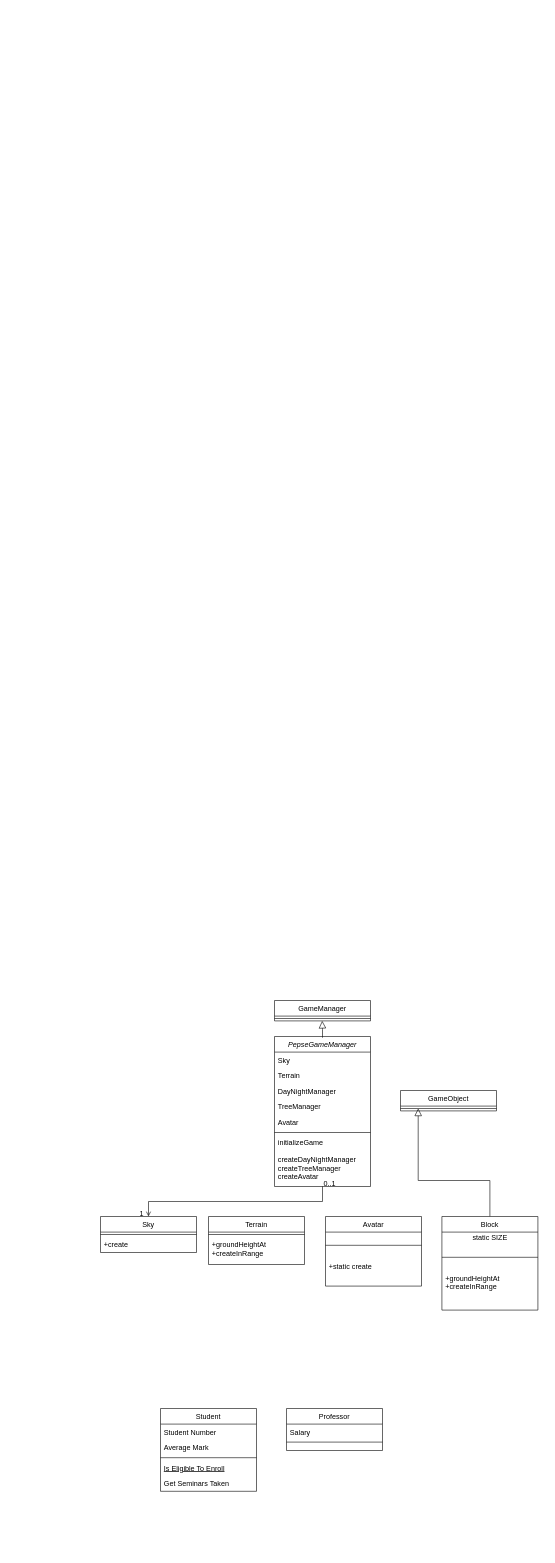
Earlier version of the draw.io diagram Untitled Diagram.drawio (omritamam/Pepse). Source tidied: cells renumbered, new cells numbered last; positions are measured from the earlier drawing's top-left corner, leaving out a move shared by most shapes. Both pictures are drawn from the tidied source at 60%, with x=0, y=0 at pixel (100, 1000).
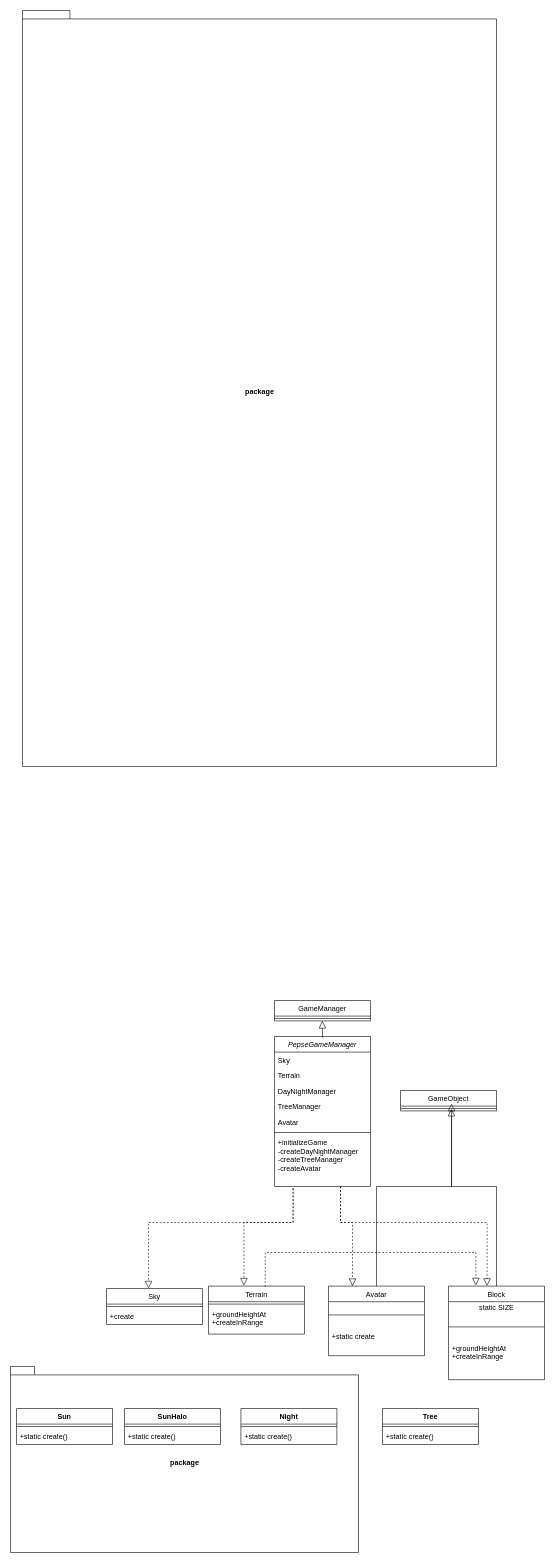
After the change.

Unchanged cells that the change refers to:
```xml
<mxCell id="2" value="PepseGameManager" style="swimlane;fontStyle=2;align=center;verticalAlign=top;horizontal=1;startSize=26;rounded=0;shadow=0;strokeWidth=1;" parent="1" vertex="1">
  <mxGeometry x="290" y="60" width="160" height="250" as="geometry" />
</mxCell>
<mxCell id="29" value="GameObject" style="swimlane;fontStyle=0;align=center;verticalAlign=top;horizontal=1;startSize=26;rounded=0;shadow=0;strokeWidth=1;" parent="1" vertex="1">
  <mxGeometry x="500" y="150" width="160" height="34" as="geometry" />
</mxCell>
<mxCell id="30" style="line;html=1;strokeWidth=1;align=left;verticalAlign=middle;spacingTop=-1;spacingLeft=3;spacingRight=3;labelPosition=right;points=[];portConstraint=eastwest;" parent="29" vertex="1">
  <mxGeometry y="26" width="160" height="8" as="geometry" />
</mxCell>
```

What changed in the source:
```diff
@@
-    <mxCell id="9" value="initializeGame&#10;&#10;createDayNightManager&#10;createTreeManager&#10;createAvatar" style="text;align=left;verticalAlign=top;spacingLeft=4;spacingRight=4;overflow=hidden;points=[[0,0.5],[1,0.5]];portConstraint=eastwest;" parent="2" vertex="1">
+    <mxCell id="9" value="+initializeGame&#10;-createDayNightManager&#10;-createTreeManager&#10;-createAvatar" style="text;align=left;verticalAlign=top;spacingLeft=4;spacingRight=4;overflow=hidden;points=[[0,0.5],[1,0.5]];portConstraint=eastwest;" parent="2" vertex="1">
       <mxGeometry y="164" width="160" height="86" as="geometry" />
     </mxCell>
-    <mxCell id="10" value="Student" style="swimlane;fontStyle=0;align=center;verticalAlign=top;horizontal=1;startSize=26;rounded=0;shadow=0;strokeWidth=1;" parent="1" vertex="1">
-      <mxGeometry x="100" y="680" width="160" height="138" as="geometry" />
-    </mxCell>
-    <mxCell id="11" value="Student Number" style="text;align=left;verticalAlign=top;spacingLeft=4;spacingRight=4;overflow=hidden;" parent="10" vertex="1">
-      <mxGeometry y="26" width="160" height="26" as="geometry" />
-    </mxCell>
-    <mxCell id="12" value="Average Mark" style="text;align=left;verticalAlign=top;spacingLeft=4;spacingRight=4;overflow=hidden;rounded=0;shadow=0;html=0;" parent="10" vertex="1">
-      <mxGeometry y="52" width="160" height="26" as="geometry" />
-    </mxCell>
-    <mxCell id="13" style="line;html=1;strokeWidth=1;align=left;verticalAlign=middle;spacingTop=-1;spacingLeft=3;spacingRight=3;labelPosition=right;" parent="10" vertex="1">
-      <mxGeometry y="78" width="160" height="8" as="geometry" />
-    </mxCell>
-    <mxCell id="14" value="Is Eligible To Enroll" style="text;align=left;verticalAlign=top;spacingLeft=4;spacingRight=4;overflow=hidden;fontStyle=4;" parent="10" vertex="1">
-      <mxGeometry y="86" width="160" height="26" as="geometry" />
-    </mxCell>
-    <mxCell id="15" value="Get Seminars Taken" style="text;align=left;verticalAlign=top;spacingLeft=4;spacingRight=4;overflow=hidden;" parent="10" vertex="1">
-      <mxGeometry y="112" width="160" height="26" as="geometry" />
-    </mxCell>
-    <mxCell id="16" value="Professor" style="swimlane;fontStyle=0;align=center;verticalAlign=top;horizontal=1;startSize=26;rounded=0;shadow=0;strokeWidth=1;" parent="1" vertex="1">
-      <mxGeometry x="310" y="680" width="160" height="70" as="geometry" />
-    </mxCell>
-    <mxCell id="17" value="Salary" style="text;align=left;verticalAlign=top;spacingLeft=4;spacingRight=4;overflow=hidden;" parent="16" vertex="1">
-      <mxGeometry y="26" width="160" height="26" as="geometry" />
-    </mxCell>
-    <mxCell id="18" style="line;html=1;strokeWidth=1;align=left;verticalAlign=middle;spacingTop=-1;spacingLeft=3;spacingRight=3;labelPosition=right;" parent="16" vertex="1">
-      <mxGeometry y="52" width="160" height="8" as="geometry" />
-    </mxCell>
     <mxCell id="19" value="Sky" style="swimlane;fontStyle=0;align=center;verticalAlign=top;horizontal=1;startSize=26;rounded=0;shadow=0;strokeWidth=1;" parent="1" vertex="1">
-      <mxGeometry y="360" width="160" height="60" as="geometry" />
+      <mxGeometry x="10" y="480" width="160" height="60" as="geometry" />
     </mxCell>
@@
-    <mxCell id="22" style="endArrow=open;shadow=0;strokeWidth=1;rounded=0;endFill=1;edgeStyle=elbowEdgeStyle;elbow=vertical;" parent="1" edge="1" source="2" target="19">
-      <mxGeometry x="0.5" y="41" relative="1" as="geometry">
-        <mxPoint x="-40" y="32" as="offset" />
-      </mxGeometry>
-    </mxCell>
-    <mxCell id="23" value="0..1" style="align=left;verticalAlign=bottom;labelBackgroundColor=none;fontSize=12;" parent="22" vertex="1">
-      <mxGeometry x="-1" relative="1" as="geometry">
-        <mxPoint y="4" as="offset" />
-      </mxGeometry>
-    </mxCell>
-    <mxCell id="24" value="1" style="align=right;verticalAlign=bottom;labelBackgroundColor=none;fontSize=12;" parent="22" vertex="1">
-      <mxGeometry x="1" relative="1" as="geometry">
-        <mxPoint x="-7" y="4" as="offset" />
-      </mxGeometry>
-    </mxCell>
@@
-    <mxCell id="28" style="endArrow=block;endSize=10;endFill=0;shadow=0;strokeWidth=1;rounded=0;edgeStyle=elbowEdgeStyle;elbow=vertical;exitX=0.5;exitY=0;exitDx=0;exitDy=0;" parent="1" edge="1" source="34">
+    <mxCell id="28" style="endArrow=block;endSize=10;endFill=0;shadow=0;strokeWidth=1;rounded=0;edgeStyle=elbowEdgeStyle;elbow=vertical;exitX=0.5;exitY=0;exitDx=0;exitDy=0;entryX=0.531;entryY=0.565;entryDx=0;entryDy=0;entryPerimeter=0;" parent="1" edge="1" source="34" target="30">
       <mxGeometry relative="1" as="geometry">
-        <mxPoint x="529.5" y="180" as="targetPoint" />
         <Array as="points">
-          <mxPoint x="530" y="300" />
+          <mxPoint x="620" y="310" />
           <mxPoint x="520" y="280" />
         </Array>
       </mxGeometry>
     </mxCell>
@@
     <mxCell id="31" value="Terrain" style="swimlane;fontStyle=0;align=center;verticalAlign=top;horizontal=1;startSize=26;rounded=0;shadow=0;strokeWidth=1;" parent="1" vertex="1">
-      <mxGeometry x="180" y="360" width="160" height="80" as="geometry" />
+      <mxGeometry x="180" y="476" width="160" height="80" as="geometry" />
     </mxCell>
@@
     <mxCell id="34" value="Block" style="swimlane;fontStyle=0;align=center;verticalAlign=top;horizontal=1;startSize=26;rounded=0;shadow=0;strokeWidth=1;" parent="1" vertex="1">
-      <mxGeometry x="569" y="360" width="160" height="156" as="geometry" />
+      <mxGeometry x="580" y="476" width="160" height="156" as="geometry" />
     </mxCell>
@@
     <mxCell id="38" value="Avatar" style="swimlane;fontStyle=0;align=center;verticalAlign=top;horizontal=1;startSize=26;rounded=0;shadow=0;strokeWidth=1;" parent="1" vertex="1">
-      <mxGeometry x="375" y="360" width="160" height="116" as="geometry" />
+      <mxGeometry x="380" y="476" width="160" height="116" as="geometry" />
     </mxCell>
@@
+    <mxCell id="41" style="endArrow=block;endSize=10;endFill=0;shadow=0;strokeWidth=1;rounded=0;edgeStyle=elbowEdgeStyle;elbow=vertical;exitX=0.5;exitY=0;exitDx=0;exitDy=0;entryX=0.532;entryY=0.645;entryDx=0;entryDy=0;entryPerimeter=0;" parent="1" edge="1" source="38" target="29">
+      <mxGeometry relative="1" as="geometry">
+        <Array as="points">
+          <mxPoint x="540" y="310" />
+          <mxPoint x="530" y="290" />
+        </Array>
+      </mxGeometry>
+    </mxCell>
+    <mxCell id="42" style="endArrow=block;endSize=10;endFill=0;shadow=0;strokeWidth=1;rounded=0;edgeStyle=elbowEdgeStyle;elbow=vertical;dashed=1;exitX=0.195;exitY=1.04;exitDx=0;exitDy=0;exitPerimeter=0;entryX=0.438;entryY=0;entryDx=0;entryDy=0;entryPerimeter=0;" parent="1" edge="1" source="9" target="19">
+      <mxGeometry relative="1" as="geometry">
+        <Array as="points">
+          <mxPoint x="350" y="370" />
+          <mxPoint x="350" y="370" />
+          <mxPoint x="540" y="300" />
+        </Array>
+      </mxGeometry>
+    </mxCell>
+    <mxCell id="43" style="endArrow=block;endSize=10;endFill=0;shadow=0;strokeWidth=1;rounded=0;edgeStyle=elbowEdgeStyle;elbow=vertical;dashed=1;exitX=0.193;exitY=1.031;exitDx=0;exitDy=0;exitPerimeter=0;entryX=0.369;entryY=-0.01;entryDx=0;entryDy=0;entryPerimeter=0;" parent="1" edge="1" source="9" target="31">
+      <mxGeometry relative="1" as="geometry">
+        <Array as="points">
+          <mxPoint x="360" y="370" />
+          <mxPoint x="550" y="310" />
+        </Array>
+      </mxGeometry>
+    </mxCell>
+    <mxCell id="44" style="endArrow=block;endSize=10;endFill=0;shadow=0;strokeWidth=1;rounded=0;edgeStyle=elbowEdgeStyle;elbow=vertical;dashed=1;entryX=0.25;entryY=0;entryDx=0;entryDy=0;" parent="1" edge="1" target="38">
+      <mxGeometry relative="1" as="geometry">
+        <mxPoint x="400" y="310" as="sourcePoint" />
+        <Array as="points">
+          <mxPoint x="420" y="370" />
+          <mxPoint x="560" y="320" />
+        </Array>
+      </mxGeometry>
+    </mxCell>
+    <mxCell id="45" style="endArrow=block;endSize=10;endFill=0;shadow=0;strokeWidth=1;rounded=0;edgeStyle=elbowEdgeStyle;elbow=vertical;dashed=1;entryX=0.402;entryY=-0.002;entryDx=0;entryDy=0;entryPerimeter=0;" parent="1" edge="1" target="34">
+      <mxGeometry relative="1" as="geometry">
+        <mxPoint x="400" y="310" as="sourcePoint" />
+        <Array as="points">
+          <mxPoint x="510" y="370" />
+          <mxPoint x="570" y="330" />
+        </Array>
+      </mxGeometry>
+    </mxCell>
+    <mxCell id="46" value="package" style="shape=folder;fontStyle=1;spacingTop=10;tabWidth=40;tabHeight=14;tabPosition=left;html=1;gradientColor=#ffffff;gradientDirection=north;fillColor=none;" parent="1" vertex="1">
+      <mxGeometry x="-130" y="-1650" width="790" height="1260" as="geometry" />
+    </mxCell>
+    <mxCell id="47" value="Sun" style="swimlane;fontStyle=1;align=center;verticalAlign=top;horizontal=1;startSize=26;fillColor=none;gradientColor=#ffffff;gradientDirection=north;" parent="1" vertex="1">
+      <mxGeometry x="-140" y="680" width="160" height="60" as="geometry" />
+    </mxCell>
+    <mxCell id="48" style="line;strokeWidth=1;fillColor=none;align=left;verticalAlign=middle;spacingTop=-1;spacingLeft=3;spacingRight=3;labelPosition=right;" parent="47" vertex="1">
+      <mxGeometry y="26" width="160" height="8" as="geometry" />
+    </mxCell>
+    <mxCell id="49" value="+static create()" style="text;strokeColor=none;fillColor=none;align=left;verticalAlign=top;spacingLeft=4;spacingRight=4;overflow=hidden;" parent="47" vertex="1">
+      <mxGeometry y="34" width="160" height="26" as="geometry" />
+    </mxCell>
+    <mxCell id="50" value="SunHalo" style="swimlane;fontStyle=1;align=center;verticalAlign=top;horizontal=1;startSize=26;fillColor=none;gradientColor=#ffffff;gradientDirection=north;" parent="1" vertex="1">
+      <mxGeometry x="40" y="680" width="160" height="60" as="geometry" />
+    </mxCell>
+    <mxCell id="51" style="line;strokeWidth=1;fillColor=none;align=left;verticalAlign=middle;spacingTop=-1;spacingLeft=3;spacingRight=3;labelPosition=right;" parent="50" vertex="1">
+      <mxGeometry y="26" width="160" height="8" as="geometry" />
+    </mxCell>
+    <mxCell id="52" value="+static create()" style="text;strokeColor=none;fillColor=none;align=left;verticalAlign=top;spacingLeft=4;spacingRight=4;overflow=hidden;" parent="50" vertex="1">
+      <mxGeometry y="34" width="160" height="26" as="geometry" />
+    </mxCell>
+    <mxCell id="53" value="Night" style="swimlane;fontStyle=1;align=center;verticalAlign=top;horizontal=1;startSize=26;fillColor=none;gradientColor=#ffffff;gradientDirection=north;" parent="1" vertex="1">
+      <mxGeometry x="234" y="680" width="160" height="60" as="geometry" />
+    </mxCell>
+    <mxCell id="54" style="line;strokeWidth=1;fillColor=none;align=left;verticalAlign=middle;spacingTop=-1;spacingLeft=3;spacingRight=3;labelPosition=right;" parent="53" vertex="1">
+      <mxGeometry y="26" width="160" height="8" as="geometry" />
+    </mxCell>
+    <mxCell id="55" value="+static create()" style="text;strokeColor=none;fillColor=none;align=left;verticalAlign=top;spacingLeft=4;spacingRight=4;overflow=hidden;" parent="53" vertex="1">
+      <mxGeometry y="34" width="160" height="26" as="geometry" />
+    </mxCell>
+    <mxCell id="56" value="Tree" style="swimlane;fontStyle=1;align=center;verticalAlign=top;horizontal=1;startSize=26;fillColor=none;gradientColor=#ffffff;gradientDirection=north;" parent="1" vertex="1">
+      <mxGeometry x="470" y="680" width="160" height="60" as="geometry" />
+    </mxCell>
+    <mxCell id="57" style="line;strokeWidth=1;fillColor=none;align=left;verticalAlign=middle;spacingTop=-1;spacingLeft=3;spacingRight=3;labelPosition=right;" parent="56" vertex="1">
+      <mxGeometry y="26" width="160" height="8" as="geometry" />
+    </mxCell>
+    <mxCell id="58" value="+static create()" style="text;strokeColor=none;fillColor=none;align=left;verticalAlign=top;spacingLeft=4;spacingRight=4;overflow=hidden;" parent="56" vertex="1">
+      <mxGeometry y="34" width="160" height="26" as="geometry" />
+    </mxCell>
+    <mxCell id="59" style="endArrow=block;endSize=10;endFill=0;shadow=0;strokeWidth=1;rounded=0;edgeStyle=elbowEdgeStyle;elbow=vertical;dashed=1;exitX=0.591;exitY=0.013;exitDx=0;exitDy=0;exitPerimeter=0;entryX=0.285;entryY=-0.007;entryDx=0;entryDy=0;entryPerimeter=0;" parent="1" edge="1" source="31" target="34">
+      <mxGeometry relative="1" as="geometry">
+        <Array as="points">
+          <mxPoint x="450" y="420" />
+          <mxPoint x="560" y="320" />
+        </Array>
+      </mxGeometry>
+    </mxCell>
+    <mxCell id="60" value="package" style="shape=folder;fontStyle=1;spacingTop=10;tabWidth=40;tabHeight=14;tabPosition=left;html=1;fillColor=none;gradientColor=#ffffff;gradientDirection=north;" parent="1" vertex="1">
+      <mxGeometry x="-150" y="610" width="580" height="310" as="geometry" />
+    </mxCell>
```
